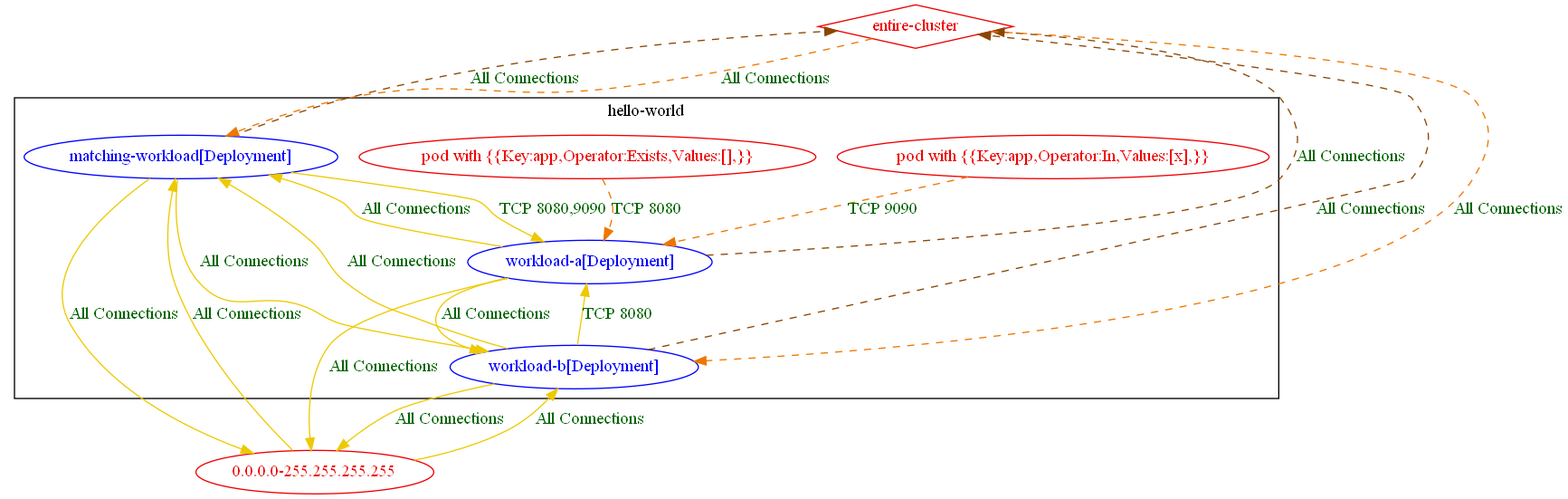
This is test_outputs/connlist/exposure_test_with_different_rules_2_with_matching_pod_exposure_output.dot.png from np-guard/netpol-analyzer, a Graphviz export, as it was before one commit. Its source is kept beside it as test_outputs/connlist/exposure_test_with_different_rules_2_with_matching_pod_exposure_output.dot.
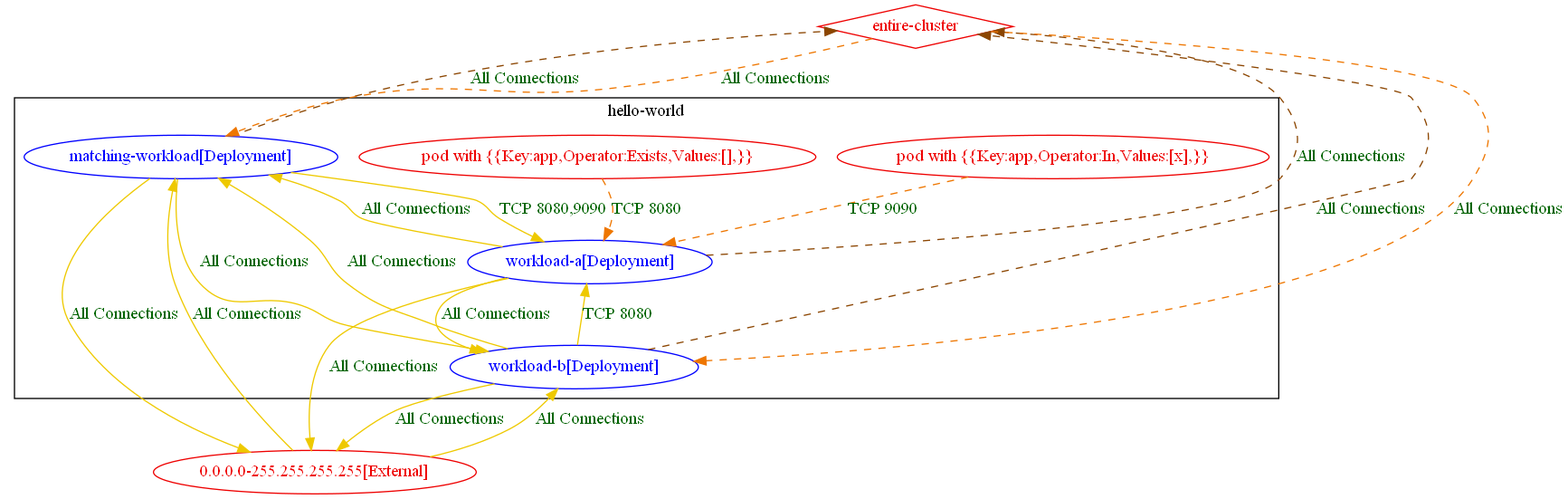
The same file after the commit.

What changed in the source:
```diff
@@ -9,21 +9,21 @@
 		"pod with {{Key:app,Operator:In,Values:[x],}}_in_hello-world" [label="pod with {{Key:app,Operator:In,Values:[x],}}" color="red2" fontcolor="red2"]
 		label="hello-world"
 	}
-	"0.0.0.0-255.255.255.255" [label="0.0.0.0-255.255.255.255" color="red2" fontcolor="red2"]
+	"0.0.0.0-255.255.255.255[External]" [label="0.0.0.0-255.255.255.255[External]" color="red2" fontcolor="red2"]
 	"entire-cluster" [label="entire-cluster" color="red2" fontcolor="red2" shape=diamond]
-	"0.0.0.0-255.255.255.255" -> "hello-world/matching-workload[Deployment]" [label="All Connections" color="gold2" fontcolor="darkgreen" weight=0.5]
-	"0.0.0.0-255.255.255.255" -> "hello-world/workload-b[Deployment]" [label="All Connections" color="gold2" fontcolor="darkgreen" weight=0.5]
+	"0.0.0.0-255.255.255.255[External]" -> "hello-world/matching-workload[Deployment]" [label="All Connections" color="gold2" fontcolor="darkgreen" weight=0.5]
+	"0.0.0.0-255.255.255.255[External]" -> "hello-world/workload-b[Deployment]" [label="All Connections" color="gold2" fontcolor="darkgreen" weight=0.5]
 	"entire-cluster" -> "hello-world/matching-workload[Deployment]" [label="All Connections" color="darkorange2" fontcolor="darkgreen" weight=1 style=dashed]
 	"entire-cluster" -> "hello-world/workload-b[Deployment]" [label="All Connections" color="darkorange2" fontcolor="darkgreen" weight=1 style=dashed]
-	"hello-world/matching-workload[Deployment]" -> "0.0.0.0-255.255.255.255" [label="All Connections" color="gold2" fontcolor="darkgreen" weight=1]
+	"hello-world/matching-workload[Deployment]" -> "0.0.0.0-255.255.255.255[External]" [label="All Connections" color="gold2" fontcolor="darkgreen" weight=1]
 	"hello-world/matching-workload[Deployment]" -> "entire-cluster" [label="All Connections" color="darkorange4" fontcolor="darkgreen" weight=0.5 style=dashed]
 	"hello-world/matching-workload[Deployment]" -> "hello-world/workload-a[Deployment]" [label="TCP 8080,9090" color="gold2" fontcolor="darkgreen" weight=0.5]
 	"hello-world/matching-workload[Deployment]" -> "hello-world/workload-b[Deployment]" [label="All Connections" color="gold2" fontcolor="darkgreen" weight=0.5]
-	"hello-world/workload-a[Deployment]" -> "0.0.0.0-255.255.255.255" [label="All Connections" color="gold2" fontcolor="darkgreen" weight=1]
+	"hello-world/workload-a[Deployment]" -> "0.0.0.0-255.255.255.255[External]" [label="All Connections" color="gold2" fontcolor="darkgreen" weight=1]
 	"hello-world/workload-a[Deployment]" -> "entire-cluster" [label="All Connections" color="darkorange4" fontcolor="darkgreen" weight=0.5 style=dashed]
 	"hello-world/workload-a[Deployment]" -> "hello-world/matching-workload[Deployment]" [label="All Connections" color="gold2" fontcolor="darkgreen" weight=1]
 	"hello-world/workload-a[Deployment]" -> "hello-world/workload-b[Deployment]" [label="All Connections" color="gold2" fontcolor="darkgreen" weight=0.5]
-	"hello-world/workload-b[Deployment]" -> "0.0.0.0-255.255.255.255" [label="All Connections" color="gold2" fontcolor="darkgreen" weight=1]
+	"hello-world/workload-b[Deployment]" -> "0.0.0.0-255.255.255.255[External]" [label="All Connections" color="gold2" fontcolor="darkgreen" weight=1]
 	"hello-world/workload-b[Deployment]" -> "entire-cluster" [label="All Connections" color="darkorange4" fontcolor="darkgreen" weight=0.5 style=dashed]
 	"hello-world/workload-b[Deployment]" -> "hello-world/matching-workload[Deployment]" [label="All Connections" color="gold2" fontcolor="darkgreen" weight=1]
 	"hello-world/workload-b[Deployment]" -> "hello-world/workload-a[Deployment]" [label="TCP 8080" color="gold2" fontcolor="darkgreen" weight=1]
```
